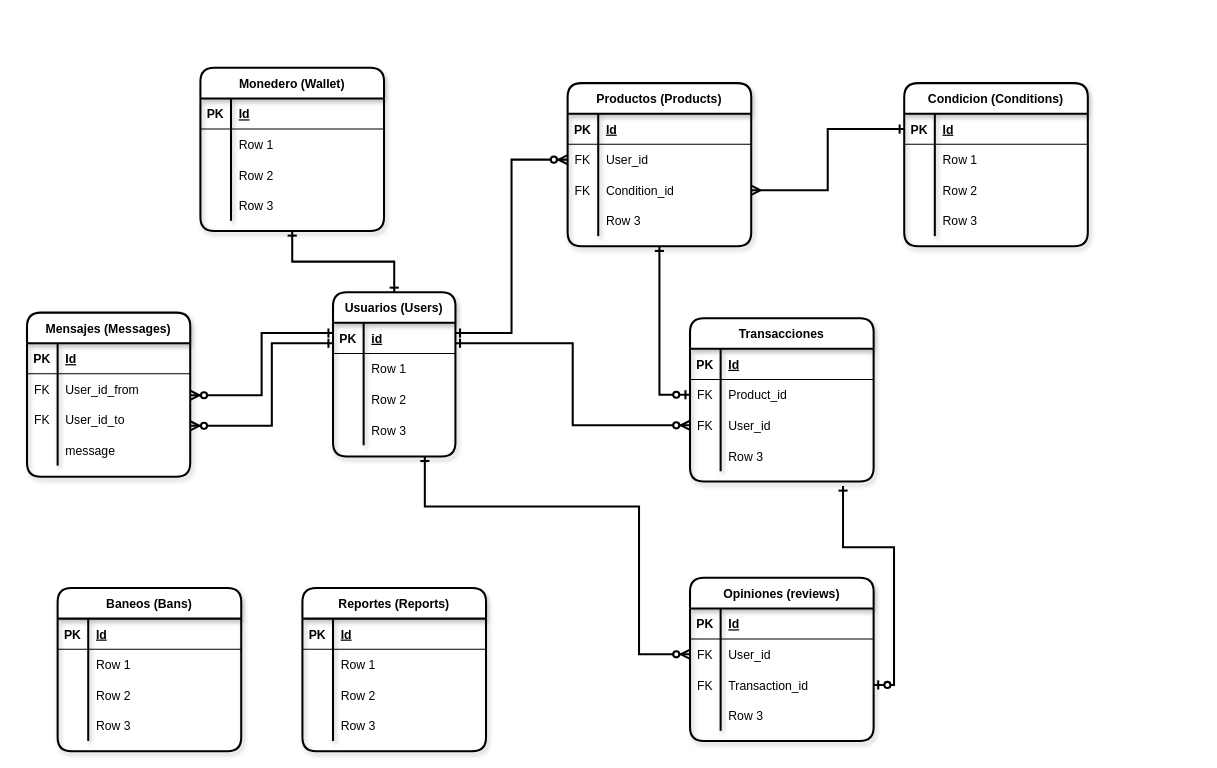
jflorido94/apiG4A keeps this draw.io diagram as document/ER_db_0.1.drawio. Above is the earlier version. Source tidied: cells renumbered, new cells numbered last; positions are measured from the earlier drawing's top-left corner, leaving out a move shared by most shapes. Both pictures are drawn from the tidied source at 102%, with x=0, y=0 at pixel (27, 67).
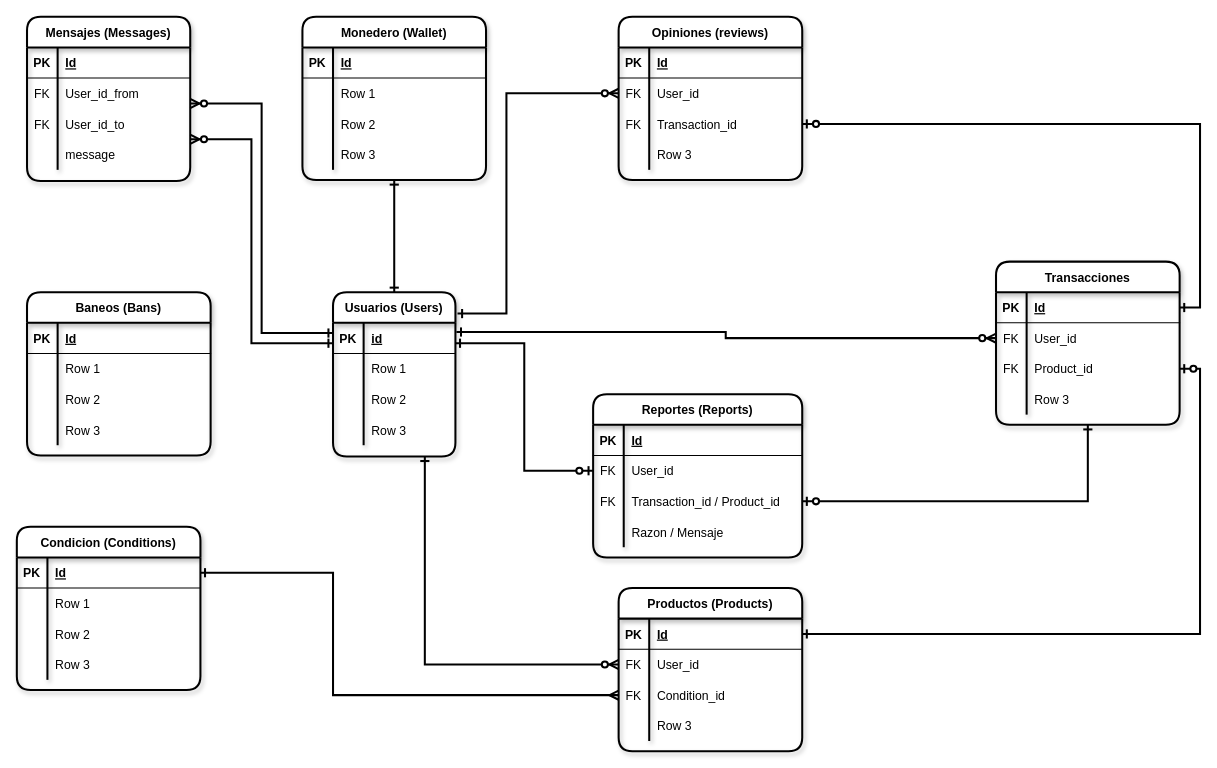
The same diagram, later.

Unchanged cells that the change refers to:
```xml
<mxCell id="2" value="Usuarios (Users)" style="shape=table;startSize=30;childLayout=tableLayout;rowLines=0;fontStyle=1;align=center;rounded=1;shadow=1;sketch=0;strokeWidth=2;" parent="1" vertex="1">
  <mxGeometry x="300" y="220" width="120" height="161" as="geometry" />
</mxCell>
<mxCell id="3" style="shape=partialRectangle;fillColor=none;top=0;left=0;bottom=1;right=0;points=[[0,0.5],[1,0.5]];portConstraint=eastwest;" parent="2" vertex="1">
  <mxGeometry y="30" width="120" height="30" as="geometry" />
</mxCell>
<mxCell id="33" style="shape=partialRectangle;fillColor=none;top=0;left=0;bottom=0;right=0;points=[[0,0.5],[1,0.5]];portConstraint=eastwest;" parent="29" vertex="1">
  <mxGeometry y="60" width="160" height="30" as="geometry" />
</mxCell>
<mxCell id="36" style="shape=partialRectangle;fillColor=none;top=0;left=0;bottom=0;right=0;points=[[0,0.5],[1,0.5]];portConstraint=eastwest;" parent="29" vertex="1">
  <mxGeometry y="90" width="160" height="30" as="geometry" />
</mxCell>
<mxCell id="46" style="shape=partialRectangle;fillColor=none;top=0;left=0;bottom=0;right=0;points=[[0,0.5],[1,0.5]];portConstraint=eastwest;" parent="42" vertex="1">
  <mxGeometry y="60" width="180" height="30" as="geometry" />
</mxCell>
<mxCell id="49" style="shape=partialRectangle;fillColor=none;top=0;left=0;bottom=0;right=0;points=[[0,0.5],[1,0.5]];portConstraint=eastwest;" parent="42" vertex="1">
  <mxGeometry y="90" width="180" height="30" as="geometry" />
</mxCell>
<mxCell id="56" style="shape=partialRectangle;fillColor=none;top=0;left=0;bottom=1;right=0;points=[[0,0.5],[1,0.5]];portConstraint=eastwest;" parent="55" vertex="1">
  <mxGeometry y="30" width="180" height="30" as="geometry" />
</mxCell>
<mxCell id="69" style="shape=partialRectangle;fillColor=none;top=0;left=0;bottom=1;right=0;points=[[0,0.5],[1,0.5]];portConstraint=eastwest;" parent="68" vertex="1">
  <mxGeometry y="30" width="180" height="30" as="geometry" />
</mxCell>
<mxCell id="72" style="shape=partialRectangle;fillColor=none;top=0;left=0;bottom=0;right=0;points=[[0,0.5],[1,0.5]];portConstraint=eastwest;" parent="68" vertex="1">
  <mxGeometry y="60" width="180" height="30" as="geometry" />
</mxCell>
<mxCell id="75" style="shape=partialRectangle;fillColor=none;top=0;left=0;bottom=0;right=0;points=[[0,0.5],[1,0.5]];portConstraint=eastwest;" parent="68" vertex="1">
  <mxGeometry y="90" width="180" height="30" as="geometry" />
</mxCell>
<mxCell id="108" style="shape=partialRectangle;fillColor=none;top=0;left=0;bottom=1;right=0;points=[[0,0.5],[1,0.5]];portConstraint=eastwest;" parent="107" vertex="1">
  <mxGeometry y="30" width="180" height="30" as="geometry" />
</mxCell>
```

The edit, as a diff of the source:
```diff
@@
     <mxCell id="16" value="Monedero (Wallet)" style="shape=table;startSize=30;childLayout=tableLayout;rowLines=0;fontStyle=1;align=center;rounded=1;shadow=1;sketch=0;strokeColor=#000000;strokeWidth=2;fillColor=#ffffff;gradientColor=none;" parent="1" vertex="1">
-      <mxGeometry x="170" width="180" height="160" as="geometry" />
+      <mxGeometry x="270" y="-50" width="180" height="160" as="geometry" />
     </mxCell>
@@
     <mxCell id="29" value="Mensajes (Messages)" style="shape=table;startSize=30;childLayout=tableLayout;rowLines=0;fontStyle=1;align=center;rounded=1;shadow=1;sketch=0;strokeColor=#000000;strokeWidth=2;fillColor=#ffffff;gradientColor=none;" parent="1" vertex="1">
-      <mxGeometry y="240" width="160" height="161" as="geometry" />
+      <mxGeometry y="-50" width="160" height="161" as="geometry" />
     </mxCell>
@@
     <mxCell id="42" value="Opiniones (reviews)" style="shape=table;startSize=30;childLayout=tableLayout;rowLines=0;fontStyle=1;align=center;rounded=1;shadow=1;sketch=0;strokeColor=#000000;strokeWidth=2;fillColor=#ffffff;gradientColor=none;" parent="1" vertex="1">
-      <mxGeometry x="650" y="500" width="180" height="160" as="geometry" />
+      <mxGeometry x="580" y="-50" width="180" height="160" as="geometry" />
     </mxCell>
@@
+    <mxCell id="128" style="edgeStyle=orthogonalEdgeStyle;rounded=0;sketch=0;jettySize=auto;html=1;entryX=1;entryY=0.5;entryDx=0;entryDy=0;shadow=0;startArrow=ERone;startFill=0;endArrow=ERzeroToOne;endFill=1;strokeWidth=2;" parent="1" edge="1" source="55" target="88">
+      <mxGeometry relative="1" as="geometry" />
+    </mxCell>
     <mxCell id="55" value="Transacciones" style="shape=table;startSize=30;childLayout=tableLayout;rowLines=0;fontStyle=1;align=center;rounded=1;shadow=1;sketch=0;strokeColor=#000000;strokeWidth=2;fillColor=#ffffff;gradientColor=none;" parent="1" vertex="1">
-      <mxGeometry x="650" y="245.5" width="180" height="160" as="geometry" />
+      <mxGeometry x="950" y="190" width="180" height="160" as="geometry" />
     </mxCell>
@@
+    <mxCell id="62" style="shape=partialRectangle;fillColor=none;top=0;left=0;bottom=0;right=0;points=[[0,0.5],[1,0.5]];portConstraint=eastwest;" parent="55" vertex="1">
+      <mxGeometry y="60" width="180" height="30" as="geometry" />
+    </mxCell>
+    <mxCell id="63" value="FK" style="shape=partialRectangle;fillColor=none;top=0;left=0;bottom=0;right=0;overflow=hidden;" parent="62" vertex="1">
+      <mxGeometry width="30" height="30" as="geometry" />
+    </mxCell>
+    <mxCell id="64" value="User_id" style="shape=partialRectangle;fillColor=none;top=0;left=0;bottom=0;right=0;align=left;spacingLeft=6;overflow=hidden;" parent="62" vertex="1">
+      <mxGeometry x="30" width="150" height="30" as="geometry" />
+    </mxCell>
     <mxCell id="59" style="shape=partialRectangle;fillColor=none;top=0;left=0;bottom=0;right=0;points=[[0,0.5],[1,0.5]];portConstraint=eastwest;" parent="55" vertex="1">
-      <mxGeometry y="60" width="180" height="30" as="geometry" />
+      <mxGeometry y="90" width="180" height="30" as="geometry" />
     </mxCell>
@@
-    <mxCell id="62" style="shape=partialRectangle;fillColor=none;top=0;left=0;bottom=0;right=0;points=[[0,0.5],[1,0.5]];portConstraint=eastwest;" parent="55" vertex="1">
-      <mxGeometry y="90" width="180" height="30" as="geometry" />
-    </mxCell>
-    <mxCell id="63" value="FK" style="shape=partialRectangle;fillColor=none;top=0;left=0;bottom=0;right=0;overflow=hidden;" parent="62" vertex="1">
-      <mxGeometry width="30" height="30" as="geometry" />
-    </mxCell>
-    <mxCell id="64" value="User_id" style="shape=partialRectangle;fillColor=none;top=0;left=0;bottom=0;right=0;align=left;spacingLeft=6;overflow=hidden;" parent="62" vertex="1">
-      <mxGeometry x="30" width="150" height="30" as="geometry" />
-    </mxCell>
@@
     <mxCell id="68" value="Productos (Products)" style="shape=table;startSize=30;childLayout=tableLayout;rowLines=0;fontStyle=1;align=center;rounded=1;shadow=1;sketch=0;strokeColor=#000000;strokeWidth=2;fillColor=#ffffff;gradientColor=none;" parent="1" vertex="1">
-      <mxGeometry x="530" y="15" width="180" height="160" as="geometry" />
+      <mxGeometry x="580" y="510" width="180" height="160" as="geometry" />
     </mxCell>
@@
     <mxCell id="81" value="Reportes (Reports)" style="shape=table;startSize=30;childLayout=tableLayout;rowLines=0;fontStyle=1;align=center;rounded=1;shadow=1;sketch=0;strokeColor=#000000;strokeWidth=2;fillColor=#ffffff;gradientColor=none;" parent="1" vertex="1">
-      <mxGeometry x="270" y="510" width="180" height="160" as="geometry" />
+      <mxGeometry x="555" y="320" width="205" height="160" as="geometry" />
     </mxCell>
     <mxCell id="82" style="shape=partialRectangle;fillColor=none;top=0;left=0;bottom=1;right=0;" parent="81" vertex="1">
-      <mxGeometry y="30" width="180" height="30" as="geometry" />
+      <mxGeometry y="30" width="205" height="30" as="geometry" />
     </mxCell>
@@
     <mxCell id="84" value="Id" style="shape=partialRectangle;fillColor=none;top=0;left=0;bottom=0;right=0;align=left;spacingLeft=6;fontStyle=5;overflow=hidden;" parent="82" vertex="1">
-      <mxGeometry x="30" width="150" height="30" as="geometry" />
+      <mxGeometry x="30" width="175" height="30" as="geometry" />
     </mxCell>
     <mxCell id="85" style="shape=partialRectangle;fillColor=none;top=0;left=0;bottom=0;right=0;points=[[0,0.5],[1,0.5]];portConstraint=eastwest;" parent="81" vertex="1">
-      <mxGeometry y="60" width="180" height="30" as="geometry" />
+      <mxGeometry y="60" width="205" height="30" as="geometry" />
     </mxCell>
-    <mxCell id="86" style="shape=partialRectangle;fillColor=none;top=0;left=0;bottom=0;right=0;overflow=hidden;" parent="85" vertex="1">
+    <mxCell id="86" value="FK" style="shape=partialRectangle;fillColor=none;top=0;left=0;bottom=0;right=0;overflow=hidden;" parent="85" vertex="1">
       <mxGeometry width="30" height="30" as="geometry" />
     </mxCell>
-    <mxCell id="87" value="Row 1" style="shape=partialRectangle;fillColor=none;top=0;left=0;bottom=0;right=0;align=left;spacingLeft=6;overflow=hidden;" parent="85" vertex="1">
-      <mxGeometry x="30" width="150" height="30" as="geometry" />
+    <mxCell id="87" value="User_id" style="shape=partialRectangle;fillColor=none;top=0;left=0;bottom=0;right=0;align=left;spacingLeft=6;overflow=hidden;" parent="85" vertex="1">
+      <mxGeometry x="30" width="175" height="30" as="geometry" />
     </mxCell>
     <mxCell id="88" style="shape=partialRectangle;fillColor=none;top=0;left=0;bottom=0;right=0;points=[[0,0.5],[1,0.5]];portConstraint=eastwest;" parent="81" vertex="1">
-      <mxGeometry y="90" width="180" height="30" as="geometry" />
+      <mxGeometry y="90" width="205" height="30" as="geometry" />
     </mxCell>
-    <mxCell id="89" style="shape=partialRectangle;fillColor=none;top=0;left=0;bottom=0;right=0;overflow=hidden;" parent="88" vertex="1">
+    <mxCell id="89" value="FK" style="shape=partialRectangle;fillColor=none;top=0;left=0;bottom=0;right=0;overflow=hidden;" parent="88" vertex="1">
       <mxGeometry width="30" height="30" as="geometry" />
     </mxCell>
-    <mxCell id="90" value="Row 2" style="shape=partialRectangle;fillColor=none;top=0;left=0;bottom=0;right=0;align=left;spacingLeft=6;overflow=hidden;" parent="88" vertex="1">
-      <mxGeometry x="30" width="150" height="30" as="geometry" />
+    <mxCell id="90" value="Transaction_id / Product_id" style="shape=partialRectangle;fillColor=none;top=0;left=0;bottom=0;right=0;align=left;spacingLeft=6;overflow=hidden;" parent="88" vertex="1">
+      <mxGeometry x="30" width="175" height="30" as="geometry" />
     </mxCell>
     <mxCell id="91" style="shape=partialRectangle;fillColor=none;top=0;left=0;bottom=0;right=0;" parent="81" vertex="1">
-      <mxGeometry y="120" width="180" height="30" as="geometry" />
+      <mxGeometry y="120" width="205" height="30" as="geometry" />
     </mxCell>
@@
-    <mxCell id="93" value="Row 3" style="shape=partialRectangle;fillColor=none;top=0;left=0;bottom=0;right=0;align=left;spacingLeft=6;overflow=hidden;" parent="91" vertex="1">
-      <mxGeometry x="30" width="150" height="30" as="geometry" />
+    <mxCell id="93" value="Razon / Mensaje" style="shape=partialRectangle;fillColor=none;top=0;left=0;bottom=0;right=0;align=left;spacingLeft=6;overflow=hidden;" parent="91" vertex="1">
+      <mxGeometry x="30" width="175" height="30" as="geometry" />
     </mxCell>
     <mxCell id="94" value="Baneos (Bans)" style="shape=table;startSize=30;childLayout=tableLayout;rowLines=0;fontStyle=1;align=center;rounded=1;shadow=1;sketch=0;strokeColor=#000000;strokeWidth=2;fillColor=#ffffff;gradientColor=none;" parent="1" vertex="1">
-      <mxGeometry x="30" y="510" width="180" height="160" as="geometry" />
+      <mxGeometry y="220" width="180" height="160" as="geometry" />
     </mxCell>
@@
     <mxCell id="107" value="Condicion (Conditions)" style="shape=table;startSize=30;childLayout=tableLayout;rowLines=0;fontStyle=1;align=center;rounded=1;shadow=1;sketch=0;strokeColor=#000000;strokeWidth=2;fillColor=#ffffff;gradientColor=none;" parent="1" vertex="1">
-      <mxGeometry x="860" y="15" width="180" height="160" as="geometry" />
+      <mxGeometry x="-10" y="450" width="180" height="160" as="geometry" />
     </mxCell>
@@
-    <mxCell id="120" style="edgeStyle=orthogonalEdgeStyle;rounded=0;jettySize=auto;html=1;entryX=0;entryY=0.5;entryDx=0;entryDy=0;startArrow=ERone;startFill=0;endArrow=ERzeroToMany;endFill=1;strokeWidth=2;sketch=0;shadow=0;exitX=1;exitY=0.333;exitDx=0;exitDy=0;exitPerimeter=0;" parent="1" edge="1" source="3" target="72">
+    <mxCell id="120" style="edgeStyle=orthogonalEdgeStyle;rounded=0;jettySize=auto;html=1;entryX=0;entryY=0.5;entryDx=0;entryDy=0;startArrow=ERone;startFill=0;endArrow=ERzeroToMany;endFill=1;strokeWidth=2;sketch=0;shadow=0;exitX=0.75;exitY=1;exitDx=0;exitDy=0;" parent="1" edge="1" source="2" target="72">
       <mxGeometry relative="1" as="geometry" />
     </mxCell>
-    <mxCell id="121" style="edgeStyle=orthogonalEdgeStyle;rounded=0;sketch=0;jettySize=auto;html=1;exitX=1;exitY=0.5;exitDx=0;exitDy=0;entryX=0;entryY=0.5;entryDx=0;entryDy=0;shadow=0;startArrow=ERmany;startFill=0;endArrow=ERone;endFill=0;strokeWidth=2;" parent="1" edge="1" source="75" target="108">
-      <mxGeometry relative="1" as="geometry" />
+    <mxCell id="121" style="edgeStyle=orthogonalEdgeStyle;rounded=0;sketch=0;jettySize=auto;html=1;exitX=0;exitY=0.5;exitDx=0;exitDy=0;entryX=1;entryY=0.5;entryDx=0;entryDy=0;shadow=0;startArrow=ERmany;startFill=0;endArrow=ERone;endFill=0;strokeWidth=2;" parent="1" edge="1" source="75" target="108">
+      <mxGeometry relative="1" as="geometry">
+        <Array as="points">
+          <mxPoint x="300" y="615" />
+          <mxPoint x="300" y="495" />
+        </Array>
+      </mxGeometry>
     </mxCell>
-    <mxCell id="122" style="edgeStyle=orthogonalEdgeStyle;rounded=0;sketch=0;jettySize=auto;html=1;entryX=0;entryY=0.5;entryDx=0;entryDy=0;shadow=0;startArrow=ERone;startFill=0;endArrow=ERzeroToMany;endFill=1;strokeWidth=2;exitX=1;exitY=0.667;exitDx=0;exitDy=0;exitPerimeter=0;" parent="1" edge="1" source="3" target="62">
+    <mxCell id="122" style="edgeStyle=orthogonalEdgeStyle;rounded=0;sketch=0;jettySize=auto;html=1;entryX=0;entryY=0.5;entryDx=0;entryDy=0;shadow=0;startArrow=ERone;startFill=0;endArrow=ERzeroToMany;endFill=1;strokeWidth=2;exitX=1.008;exitY=0.3;exitDx=0;exitDy=0;exitPerimeter=0;" parent="1" edge="1" source="3" target="62">
       <mxGeometry relative="1" as="geometry" />
     </mxCell>
-    <mxCell id="123" style="edgeStyle=orthogonalEdgeStyle;rounded=0;sketch=0;jettySize=auto;html=1;entryX=0.5;entryY=1;entryDx=0;entryDy=0;shadow=0;startArrow=ERzeroToOne;startFill=1;endArrow=ERone;endFill=0;strokeWidth=2;" parent="1" edge="1" source="59" target="68">
+    <mxCell id="123" style="edgeStyle=orthogonalEdgeStyle;rounded=0;sketch=0;jettySize=auto;html=1;shadow=0;startArrow=ERzeroToOne;startFill=1;endArrow=ERone;endFill=0;strokeWidth=2;entryX=1;entryY=0.5;entryDx=0;entryDy=0;exitX=1;exitY=0.5;exitDx=0;exitDy=0;" parent="1" edge="1" source="59" target="69">
       <mxGeometry relative="1" as="geometry" />
     </mxCell>
-    <mxCell id="124" style="edgeStyle=orthogonalEdgeStyle;rounded=0;sketch=0;jettySize=auto;html=1;entryX=0.75;entryY=1;entryDx=0;entryDy=0;shadow=0;startArrow=ERzeroToMany;startFill=1;endArrow=ERone;endFill=0;strokeWidth=2;" parent="1" edge="1" source="46" target="2">
+    <mxCell id="124" style="rounded=0;sketch=0;jettySize=auto;html=1;entryX=1.017;entryY=0.13;entryDx=0;entryDy=0;shadow=0;startArrow=ERzeroToMany;startFill=1;endArrow=ERone;endFill=0;strokeWidth=2;edgeStyle=orthogonalEdgeStyle;elbow=vertical;entryPerimeter=0;" parent="1" edge="1" source="46" target="2">
       <mxGeometry relative="1" as="geometry">
         <Array as="points">
-          <mxPoint x="600" y="575" />
-          <mxPoint x="600" y="430" />
-          <mxPoint x="390" y="430" />
+          <mxPoint x="470" y="25" />
+          <mxPoint x="470" y="241" />
         </Array>
       </mxGeometry>
     </mxCell>
     <mxCell id="125" style="edgeStyle=orthogonalEdgeStyle;rounded=0;sketch=0;jettySize=auto;html=1;shadow=0;startArrow=ERone;startFill=0;endArrow=ERzeroToMany;endFill=1;strokeWidth=2;" parent="1" edge="1" source="3" target="33">
       <mxGeometry relative="1" as="geometry">
         <Array as="points">
           <mxPoint x="230" y="260" />
-          <mxPoint x="230" y="321" />
+          <mxPoint x="230" y="35" />
         </Array>
       </mxGeometry>
     </mxCell>
     <mxCell id="126" style="edgeStyle=orthogonalEdgeStyle;rounded=0;sketch=0;jettySize=auto;html=1;shadow=0;startArrow=ERone;startFill=0;endArrow=ERzeroToMany;endFill=1;strokeWidth=2;" parent="1" edge="1" source="3" target="36">
       <mxGeometry relative="1" as="geometry">
         <Array as="points">
-          <mxPoint x="240" y="270" />
-          <mxPoint x="240" y="351" />
+          <mxPoint x="220" y="270" />
+          <mxPoint x="220" y="70" />
         </Array>
       </mxGeometry>
     </mxCell>
-    <mxCell id="127" style="edgeStyle=orthogonalEdgeStyle;rounded=0;sketch=0;jettySize=auto;html=1;shadow=0;startArrow=ERzeroToOne;startFill=1;endArrow=ERone;endFill=0;strokeWidth=2;" parent="1" edge="1" source="49">
-      <mxGeometry relative="1" as="geometry">
-        <mxPoint x="800" y="410" as="targetPoint" />
-        <Array as="points">
-          <mxPoint x="850" y="605" />
-          <mxPoint x="850" y="470" />
-          <mxPoint x="800" y="470" />
-        </Array>
-      </mxGeometry>
+    <mxCell id="127" style="edgeStyle=orthogonalEdgeStyle;rounded=0;sketch=0;jettySize=auto;html=1;shadow=0;startArrow=ERzeroToOne;startFill=1;endArrow=ERone;endFill=0;strokeWidth=2;entryX=1;entryY=0.5;entryDx=0;entryDy=0;" parent="1" edge="1" source="49" target="56">
+      <mxGeometry relative="1" as="geometry" />
     </mxCell>
+    <mxCell id="129" style="edgeStyle=orthogonalEdgeStyle;rounded=0;sketch=0;jettySize=auto;html=1;entryX=0;entryY=0.5;entryDx=0;entryDy=0;shadow=0;startArrow=ERone;startFill=0;endArrow=ERzeroToOne;endFill=1;strokeWidth=2;exitX=1;exitY=0.667;exitDx=0;exitDy=0;exitPerimeter=0;" parent="1" edge="1" source="3" target="85">
+      <mxGeometry relative="1" as="geometry" />
+    </mxCell>
```
